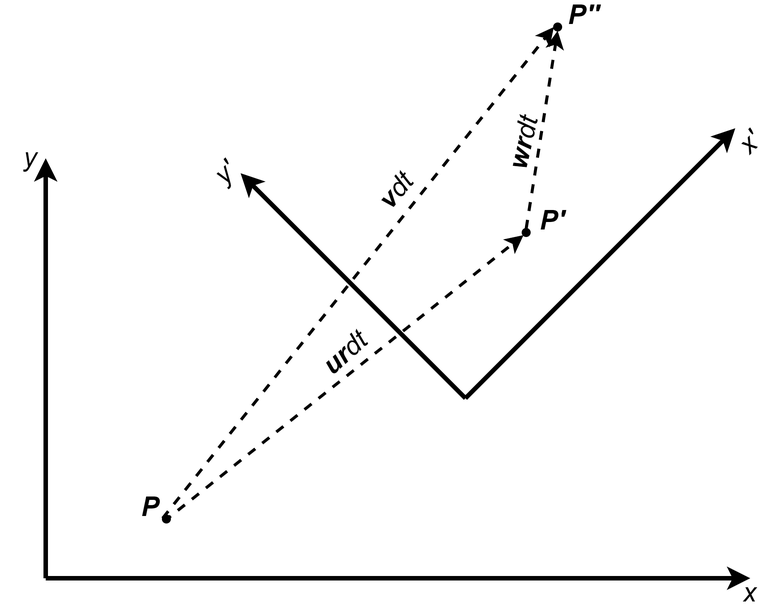
Boreas3/TFE keeps this draw.io diagram as Chapitre_3/Images/Frames.png. Above is the earlier version. Source tidied: cells renumbered, new cells last; positions are measured from the earlier drawing's top-left corner, leaving out a move shared by most shapes.
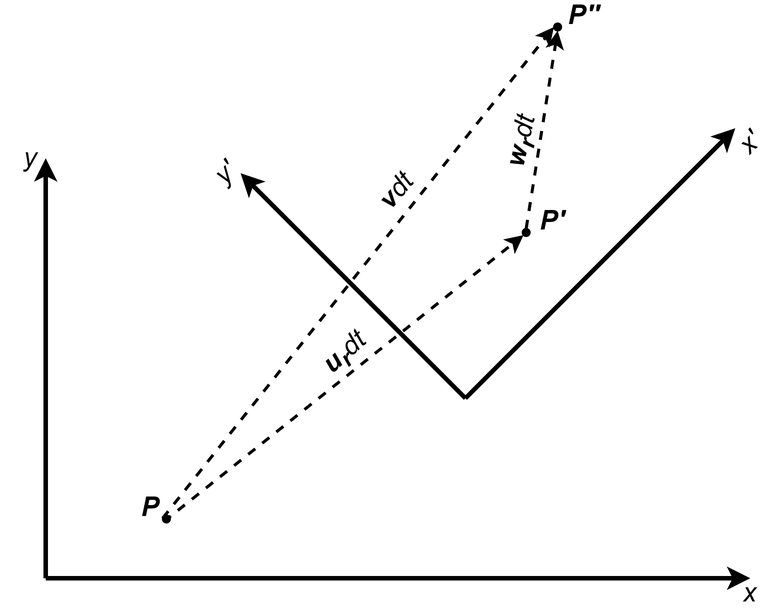
Later version of the same file.

The edit, as a diff of the source:
```diff
@@ -65,11 +65,11 @@
     <mxCell id="18" value="&lt;i style=&quot;font-size: 18px;&quot;&gt;&lt;b style=&quot;font-size: 18px;&quot;&gt;v&lt;/b&gt;dt&lt;/i&gt;" style="text;html=1;strokeColor=none;fillColor=none;align=center;verticalAlign=middle;whiteSpace=wrap;rounded=0;fontSize=18;rotation=310;" parent="1" vertex="1">
       <mxGeometry x="244" y="117" width="40" height="20" as="geometry" />
     </mxCell>
-    <mxCell id="19" value="&lt;i style=&quot;font-size: 18px;&quot;&gt;&lt;b style=&quot;font-size: 18px;&quot;&gt;ur&lt;/b&gt;dt&lt;/i&gt;" style="text;html=1;strokeColor=none;fillColor=none;align=center;verticalAlign=middle;whiteSpace=wrap;rounded=0;fontSize=18;rotation=318;" parent="1" vertex="1">
+    <mxCell id="19" value="&lt;i style=&quot;font-size: 18px&quot;&gt;&lt;b style=&quot;font-size: 18px&quot;&gt;u&lt;sub&gt;r&lt;/sub&gt;&lt;/b&gt;dt&lt;/i&gt;" style="text;html=1;strokeColor=none;fillColor=none;align=center;verticalAlign=middle;whiteSpace=wrap;rounded=0;fontSize=18;rotation=318;" parent="1" vertex="1">
       <mxGeometry x="210" y="225" width="40" height="20" as="geometry" />
     </mxCell>
-    <mxCell id="20" value="&lt;i style=&quot;font-size: 18px;&quot;&gt;&lt;b style=&quot;font-size: 18px;&quot;&gt;wr&lt;/b&gt;dt&lt;/i&gt;" style="text;html=1;strokeColor=none;fillColor=none;align=center;verticalAlign=middle;whiteSpace=wrap;rounded=0;fontSize=18;rotation=283;" parent="1" vertex="1">
-      <mxGeometry x="329" y="85" width="40" height="20" as="geometry" />
+    <mxCell id="20" value="&lt;i style=&quot;font-size: 18px&quot;&gt;&lt;b style=&quot;font-size: 18px&quot;&gt;w&lt;sub&gt;r&lt;/sub&gt;&lt;/b&gt;dt&lt;/i&gt;" style="text;html=1;strokeColor=none;fillColor=none;align=center;verticalAlign=middle;whiteSpace=wrap;rounded=0;fontSize=18;rotation=283;" parent="1" vertex="1">
+      <mxGeometry x="328" y="84" width="40" height="20" as="geometry" />
     </mxCell>
     <mxCell id="21" style="endArrow=classic;html=1;entryX=0;entryY=0.5;entryDx=0;entryDy=0;dashed=1;fontSize=14;strokeWidth=2;" parent="1" edge="1" target="8">
       <mxGeometry relative="1" as="geometry">
```
